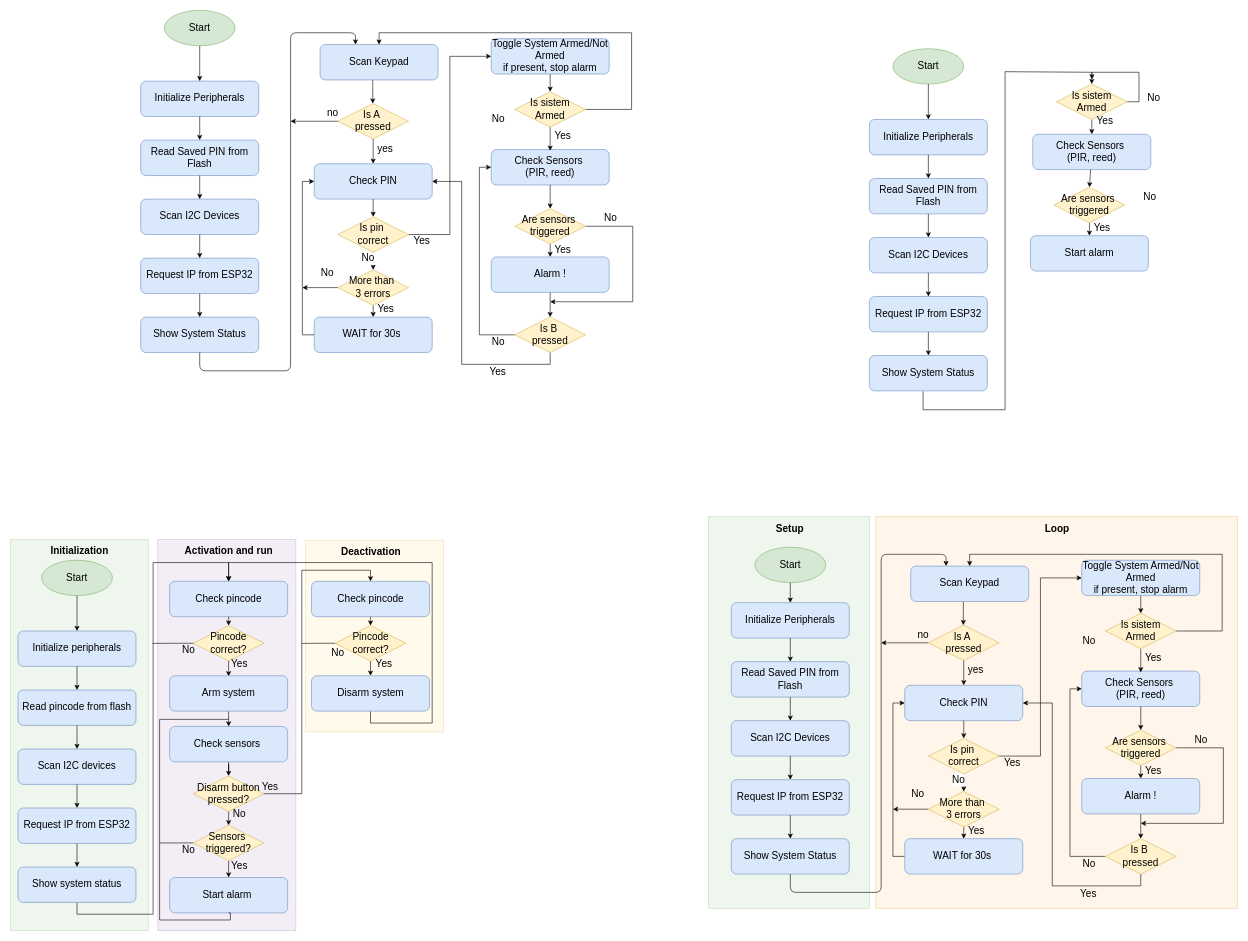
The draw.io diagram Assets/flowchart.drawio in castagnoemanuele/STM32-smart-alarm, before the edit. Source tidied: cells renumbered, new cells numbered last; positions are measured from the earlier drawing's top-left corner, leaving out a move shared by most shapes. Both pictures are drawn from the tidied source at 59%, with x=0, y=0 at pixel (10, 10).
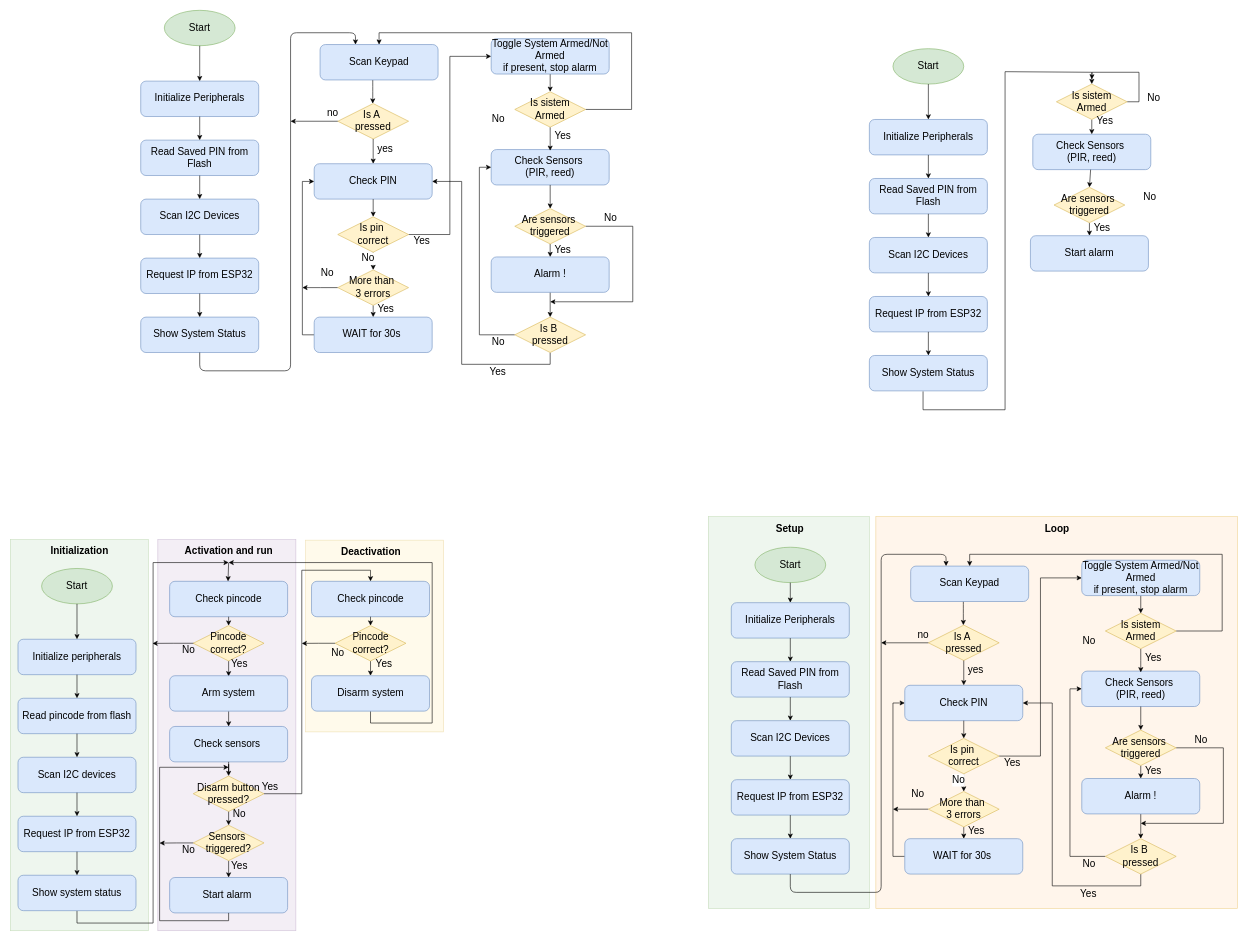
Above is the later version.

Unchanged cells that the change refers to:
```xml
<mxCell id="145" value="Check pincode" style="rounded=1;whiteSpace=wrap;html=1;fillColor=#dae8fc;strokeColor=#6c8ebf;fontSize=17;" parent="1" vertex="1">
  <mxGeometry x="270" y="967.8" width="200" height="60" as="geometry" />
</mxCell>
<mxCell id="148" value="Start alarm&amp;nbsp;" style="rounded=1;whiteSpace=wrap;html=1;fillColor=#dae8fc;strokeColor=#6c8ebf;fontSize=17;" parent="1" vertex="1">
  <mxGeometry x="270" y="1469.8" width="200" height="60" as="geometry" />
</mxCell>
<mxCell id="151" value="Pincode&lt;div&gt;correct?&lt;/div&gt;" style="rhombus;whiteSpace=wrap;html=1;fillColor=#fff2cc;strokeColor=#d6b656;fontSize=17;" parent="1" vertex="1">
  <mxGeometry x="310" y="1042.8" width="120" height="60" as="geometry" />
</mxCell>
<mxCell id="154" value="Sensors&amp;nbsp;&lt;div&gt;triggered?&lt;/div&gt;" style="rhombus;whiteSpace=wrap;html=1;fillColor=#fff2cc;strokeColor=#d6b656;fontSize=17;" parent="1" vertex="1">
  <mxGeometry x="310" y="1381.2" width="120" height="60" as="geometry" />
</mxCell>
<mxCell id="185" value="Pincode&lt;div&gt;correct?&lt;/div&gt;" style="rhombus;whiteSpace=wrap;html=1;fillColor=#fff2cc;strokeColor=#d6b656;fontSize=17;" parent="1" vertex="1">
  <mxGeometry x="550.5" y="1042.8" width="120" height="60" as="geometry" />
</mxCell>
<mxCell id="187" value="Disarm system" style="rounded=1;whiteSpace=wrap;html=1;fillColor=#dae8fc;strokeColor=#6c8ebf;fontSize=17;" parent="1" vertex="1">
  <mxGeometry x="510.5" y="1127.8" width="200" height="60" as="geometry" />
</mxCell>
```

What changed in the source:
```diff
@@
-    <mxCell id="59" style="edgeStyle=orthogonalEdgeStyle;rounded=0;jettySize=auto;html=1;exitX=0.009;exitY=0.5;exitDx=0;exitDy=0;fontSize=17;endArrow=none;endFill=0;exitPerimeter=0;" parent="1" edge="1" source="151">
+    <mxCell id="59" style="edgeStyle=orthogonalEdgeStyle;rounded=0;jettySize=auto;html=1;exitX=0.009;exitY=0.5;exitDx=0;exitDy=0;fontSize=17;endArrow=classic;endFill=1;exitPerimeter=0;" parent="1" edge="1" source="151">
       <mxGeometry relative="1" as="geometry">
         <mxPoint x="241" y="1073" as="targetPoint" />
       </mxGeometry>
     </mxCell>
-    <mxCell id="60" style="edgeStyle=orthogonalEdgeStyle;rounded=0;jettySize=auto;html=1;exitX=0;exitY=0.5;exitDx=0;exitDy=0;endArrow=none;endFill=0;" parent="1" edge="1" source="185">
+    <mxCell id="60" style="edgeStyle=orthogonalEdgeStyle;rounded=0;jettySize=auto;html=1;exitX=0;exitY=0.5;exitDx=0;exitDy=0;endArrow=classic;endFill=1;" parent="1" edge="1" source="185">
       <mxGeometry relative="1" as="geometry">
         <mxPoint x="494" y="1073" as="targetPoint" />
       </mxGeometry>
     </mxCell>
-    <mxCell id="61" style="edgeStyle=orthogonalEdgeStyle;rounded=0;jettySize=auto;html=1;exitX=0.5;exitY=1;exitDx=0;exitDy=0;entryX=0.5;entryY=0;entryDx=0;entryDy=0;" parent="1" edge="1" source="187" target="145">
+    <mxCell id="61" style="edgeStyle=orthogonalEdgeStyle;rounded=0;jettySize=auto;html=1;exitX=0.5;exitY=1;exitDx=0;exitDy=0;" parent="1" edge="1" source="187">
       <mxGeometry relative="1" as="geometry">
+        <mxPoint x="370" y="936" as="targetPoint" />
         <Array as="points">
           <mxPoint x="610" y="1208" />
           <mxPoint x="715" y="1208" />
           <mxPoint x="715" y="936" />
           <mxPoint x="370" y="936" />
         </Array>
       </mxGeometry>
     </mxCell>
@@
-    <mxCell id="153" style="edgeStyle=orthogonalEdgeStyle;rounded=0;jettySize=auto;html=1;exitX=0;exitY=0.5;exitDx=0;exitDy=0;endArrow=none;endFill=0;startArrow=none;startFill=0;fontSize=17;" parent="1" edge="1" source="154">
-      <mxGeometry relative="1" as="geometry">
-        <mxPoint x="370" y="1201.8" as="targetPoint" />
-        <Array as="points">
-          <mxPoint x="253" y="1410.8" />
-          <mxPoint x="253" y="1201.8" />
-        </Array>
-      </mxGeometry>
-    </mxCell>
@@
     <mxCell id="160" value="No" style="text;html=1;align=center;verticalAlign=middle;strokeColor=none;fillColor=none;fontSize=17;" parent="1" vertex="1">
-      <mxGeometry x="276" y="1403.2" width="52" height="39" as="geometry" />
+      <mxGeometry x="276" y="1404" width="52" height="39" as="geometry" />
     </mxCell>
@@
-    <mxCell id="166" style="edgeStyle=orthogonalEdgeStyle;rounded=0;orthogonalLoop=1;jettySize=auto;html=1;exitX=0.5;exitY=1;exitDx=0;exitDy=0;fontSize=17;endArrow=none;endFill=0;" parent="1" edge="1">
+    <mxCell id="166" style="edgeStyle=orthogonalEdgeStyle;rounded=0;jettySize=auto;html=1;exitX=0.5;exitY=1;exitDx=0;exitDy=0;fontSize=17;endArrow=classic;endFill=1;" parent="1" edge="1" source="148">
       <mxGeometry relative="1" as="geometry">
-        <mxPoint x="370" y="1529.8" as="sourcePoint" />
-        <mxPoint x="253" y="1411.8" as="targetPoint" />
+        <mxPoint x="370" y="1283" as="targetPoint" />
         <Array as="points">
-          <mxPoint x="373" y="1529.8" />
-          <mxPoint x="373" y="1541.8" />
-          <mxPoint x="253" y="1541.8" />
+          <mxPoint x="370" y="1543" />
+          <mxPoint x="253" y="1543" />
+          <mxPoint x="253" y="1283" />
         </Array>
       </mxGeometry>
     </mxCell>
@@
     <mxCell id="168" value="Start" style="ellipse;whiteSpace=wrap;html=1;fillColor=#d5e8d4;strokeColor=#82b366;fontSize=17;" parent="1" vertex="1">
-      <mxGeometry x="53" y="932" width="120" height="60" as="geometry" />
+      <mxGeometry x="53" y="946" width="120" height="60" as="geometry" />
     </mxCell>
     <mxCell id="169" value="Initialize peripherals" style="rounded=1;whiteSpace=wrap;html=1;fillColor=#dae8fc;strokeColor=#6c8ebf;fontSize=17;" parent="1" vertex="1">
-      <mxGeometry x="13" y="1052" width="200" height="60" as="geometry" />
+      <mxGeometry x="13" y="1066" width="200" height="60" as="geometry" />
     </mxCell>
     <mxCell id="170" value="Read pincode from flash" style="rounded=1;whiteSpace=wrap;html=1;fillColor=#dae8fc;strokeColor=#6c8ebf;fontSize=17;" parent="1" vertex="1">
-      <mxGeometry x="13" y="1152" width="200" height="60" as="geometry" />
+      <mxGeometry x="13" y="1166" width="200" height="60" as="geometry" />
     </mxCell>
     <mxCell id="171" value="Scan I2C devices" style="rounded=1;whiteSpace=wrap;html=1;fillColor=#dae8fc;strokeColor=#6c8ebf;fontSize=17;" parent="1" vertex="1">
-      <mxGeometry x="13" y="1252" width="200" height="60" as="geometry" />
+      <mxGeometry x="13" y="1266" width="200" height="60" as="geometry" />
     </mxCell>
     <mxCell id="172" value="Request IP from ESP32" style="rounded=1;whiteSpace=wrap;html=1;fillColor=#dae8fc;strokeColor=#6c8ebf;fontSize=17;" parent="1" vertex="1">
-      <mxGeometry x="13" y="1352" width="200" height="60" as="geometry" />
+      <mxGeometry x="13" y="1366" width="200" height="60" as="geometry" />
     </mxCell>
-    <mxCell id="173" style="edgeStyle=orthogonalEdgeStyle;rounded=0;jettySize=auto;html=1;exitX=0.5;exitY=1;exitDx=0;exitDy=0;entryX=0.5;entryY=0;entryDx=0;entryDy=0;" parent="1" edge="1" source="174" target="145">
+    <mxCell id="173" style="edgeStyle=orthogonalEdgeStyle;rounded=0;jettySize=auto;html=1;exitX=0.5;exitY=1;exitDx=0;exitDy=0;" parent="1" edge="1" source="174">
       <mxGeometry relative="1" as="geometry">
+        <mxPoint x="370" y="936" as="targetPoint" />
         <Array as="points">
-          <mxPoint x="113" y="1532" />
-          <mxPoint x="242" y="1532" />
+          <mxPoint x="113" y="1547" />
+          <mxPoint x="242" y="1547" />
           <mxPoint x="242" y="936" />
           <mxPoint x="370" y="936" />
         </Array>
       </mxGeometry>
     </mxCell>
     <mxCell id="174" value="Show system status" style="rounded=1;whiteSpace=wrap;html=1;fillColor=#dae8fc;strokeColor=#6c8ebf;fontSize=17;" parent="1" vertex="1">
-      <mxGeometry x="13" y="1452" width="200" height="60" as="geometry" />
+      <mxGeometry x="13" y="1466" width="200" height="60" as="geometry" />
     </mxCell>
@@
+    <mxCell id="189" style="edgeStyle=orthogonalEdgeStyle;rounded=0;jettySize=auto;html=1;exitX=0;exitY=0.5;exitDx=0;exitDy=0;entryX=0.098;entryY=0.776;entryDx=0;entryDy=0;entryPerimeter=0;" parent="1" edge="1" source="154">
+      <mxGeometry relative="1" as="geometry">
+        <mxPoint x="252.9" y="1411.5" as="targetPoint" />
+      </mxGeometry>
+    </mxCell>
+    <mxCell id="190" style="endArrow=classic;html=1;rounded=0;" parent="1" edge="1">
+      <mxGeometry relative="1" as="geometry">
+        <mxPoint x="370" y="936" as="sourcePoint" />
+        <mxPoint x="369" y="967.8" as="targetPoint" />
+      </mxGeometry>
+    </mxCell>
```
